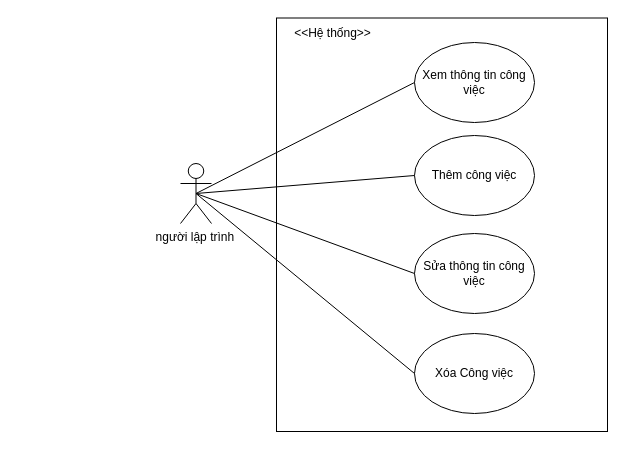
Before: page "Trang-6" (7 of 8) of user_diagram.drawio in LTDat-HustK65/GP_main_system, a draw.io diagram. Source tidied: cells renumbered, new cells numbered last; positions are measured from the earlier drawing's top-left corner, leaving out a move shared by most shapes. Both pictures are drawn from the tidied source at 100%, with x=0, y=0 at pixel (180, 17).
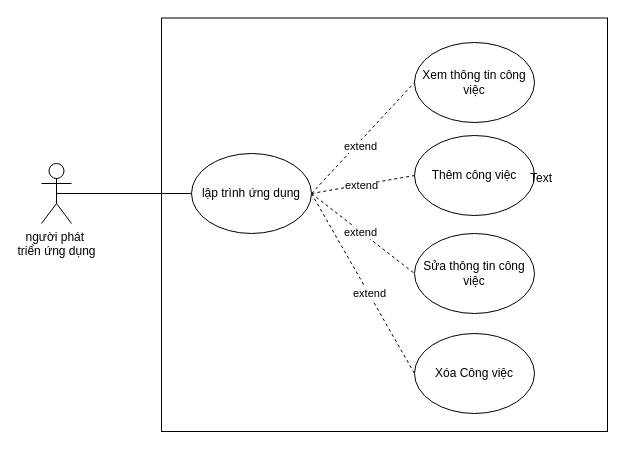
Above is the later version.

Commit message (it also covers changes not shown here):
Cập nhật user_diagram.drawio

The edit, as a diff of the source:
```diff
@@
 <mxGraphModel>
   <root>
     <mxCell id="0" />
     <mxCell id="1" parent="0" />
-    <mxCell id="2" value="người lập trình&amp;nbsp;" style="shape=umlActor;verticalLabelPosition=bottom;verticalAlign=top;html=1;outlineConnect=0;" parent="1" vertex="1">
-      <mxGeometry y="146" width="31" height="60" as="geometry" />
-    </mxCell>
     <mxCell id="3" style="rounded=0;whiteSpace=wrap;html=1;align=center;" parent="1" vertex="1">
-      <mxGeometry x="96" y="0.5" width="331" height="413.5" as="geometry" />
+      <mxGeometry x="-19" y="0.5" width="446" height="413.5" as="geometry" />
     </mxCell>
-    <mxCell id="4" value="&amp;lt;&amp;lt;Hệ thống&amp;gt;&amp;gt;" style="text;html=1;align=center;verticalAlign=middle;whiteSpace=wrap;rounded=0;" parent="1" vertex="1">
-      <mxGeometry x="96" y="0.5" width="113" height="30" as="geometry" />
-    </mxCell>
     <mxCell id="5" value="Sửa thông tin công việc" style="ellipse;whiteSpace=wrap;html=1;" parent="1" vertex="1">
       <mxGeometry x="234" y="216" width="120" height="80" as="geometry" />
     </mxCell>
     <mxCell id="6" value="Xem thông tin công việc" style="ellipse;whiteSpace=wrap;html=1;" parent="1" vertex="1">
       <mxGeometry x="234" y="25" width="120" height="80" as="geometry" />
     </mxCell>
-    <mxCell id="7" style="endArrow=none;html=1;rounded=0;exitX=0.5;exitY=0.5;exitDx=0;exitDy=0;exitPerimeter=0;entryX=0;entryY=0.5;entryDx=0;entryDy=0;" parent="1" edge="1" source="2" target="6">
+    <mxCell id="7" style="endArrow=none;html=1;rounded=0;exitX=1;exitY=0.5;exitDx=0;exitDy=0;entryX=0;entryY=0.5;entryDx=0;entryDy=0;dashed=1;" parent="1" edge="1" source="17" target="6">
       <mxGeometry relative="1" as="geometry" />
     </mxCell>
+    <mxCell id="13" value="extend" style="edgeLabel;html=1;align=center;verticalAlign=middle;" parent="7" vertex="1">
+      <mxGeometry x="-0.12" y="-2" relative="1" as="geometry">
+        <mxPoint x="1" as="offset" />
+      </mxGeometry>
+    </mxCell>
-    <mxCell id="8" style="endArrow=none;html=1;rounded=0;exitX=0.5;exitY=0.5;exitDx=0;exitDy=0;exitPerimeter=0;entryX=0;entryY=0.5;entryDx=0;entryDy=0;" parent="1" edge="1" source="2" target="5">
+    <mxCell id="8" style="endArrow=none;html=1;rounded=0;exitX=1;exitY=0.5;exitDx=0;exitDy=0;entryX=0;entryY=0.5;entryDx=0;entryDy=0;dashed=1;" parent="1" edge="1" source="17" target="5">
       <mxGeometry relative="1" as="geometry" />
     </mxCell>
+    <mxCell id="14" value="extend" style="edgeLabel;html=1;align=center;verticalAlign=middle;" parent="8" vertex="1">
+      <mxGeometry x="-0.05" relative="1" as="geometry" />
+    </mxCell>
     <mxCell id="9" value="Thêm công việc" style="ellipse;whiteSpace=wrap;html=1;" parent="1" vertex="1">
       <mxGeometry x="234" y="118" width="120" height="80" as="geometry" />
     </mxCell>
-    <mxCell id="10" style="endArrow=none;html=1;rounded=0;entryX=0;entryY=0.5;entryDx=0;entryDy=0;exitX=0.5;exitY=0.5;exitDx=0;exitDy=0;exitPerimeter=0;" parent="1" edge="1" source="2" target="9">
+    <mxCell id="10" style="endArrow=none;html=1;rounded=0;exitX=1;exitY=0.5;exitDx=0;exitDy=0;entryX=0;entryY=0.5;entryDx=0;entryDy=0;dashed=1;" parent="1" edge="1" source="17" target="9">
       <mxGeometry relative="1" as="geometry" />
     </mxCell>
+    <mxCell id="15" value="extend" style="edgeLabel;html=1;align=center;verticalAlign=middle;" parent="10" vertex="1">
+      <mxGeometry x="-0.05" relative="1" as="geometry" />
+    </mxCell>
     <mxCell id="11" value="Xóa Công việc" style="ellipse;whiteSpace=wrap;html=1;" parent="1" vertex="1">
       <mxGeometry x="234" y="316" width="120" height="80" as="geometry" />
     </mxCell>
-    <mxCell id="12" style="endArrow=none;html=1;rounded=0;exitX=0.5;exitY=0.5;exitDx=0;exitDy=0;exitPerimeter=0;entryX=0;entryY=0.5;entryDx=0;entryDy=0;" parent="1" edge="1" source="2" target="11">
+    <mxCell id="12" style="endArrow=none;html=1;rounded=0;exitX=1;exitY=0.5;exitDx=0;exitDy=0;entryX=0;entryY=0.5;entryDx=0;entryDy=0;dashed=1;" parent="1" edge="1" source="17" target="11">
       <mxGeometry relative="1" as="geometry" />
     </mxCell>
+    <mxCell id="16" value="extend" style="edgeLabel;html=1;align=center;verticalAlign=middle;" parent="12" vertex="1">
+      <mxGeometry x="0.11" y="1" relative="1" as="geometry" />
+    </mxCell>
+    <mxCell id="17" value="lập trình ứng dụng" style="ellipse;whiteSpace=wrap;html=1;" parent="1" vertex="1">
+      <mxGeometry x="11" y="136" width="120" height="80" as="geometry" />
+    </mxCell>
+    <mxCell id="18" value="người phát&amp;nbsp;&lt;div&gt;triển ứng dụng&lt;/div&gt;" style="shape=umlActor;verticalLabelPosition=bottom;verticalAlign=top;html=1;outlineConnect=0;" parent="1" vertex="1">
+      <mxGeometry x="-139" y="146" width="30" height="60" as="geometry" />
+    </mxCell>
+    <mxCell id="19" style="endArrow=none;html=1;rounded=0;exitX=0.5;exitY=0.5;exitDx=0;exitDy=0;exitPerimeter=0;entryX=0;entryY=0.5;entryDx=0;entryDy=0;" parent="1" edge="1" source="18" target="17">
+      <mxGeometry relative="1" as="geometry" />
+    </mxCell>
+    <mxCell id="20" value="Text" style="text;html=1;align=center;verticalAlign=middle;whiteSpace=wrap;rounded=0;" parent="1" vertex="1">
+      <mxGeometry x="331" y="146" width="60" height="30" as="geometry" />
+    </mxCell>
   </root>
 </mxGraphModel>
```
